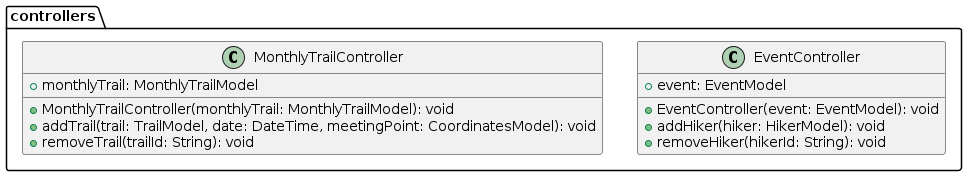
tiagors09/pe_na_pedra keeps this PlantUML diagram as docs/diagrams/out/class_diagrams/pe_na_pedra_class_diagram_3.png. Above is the earlier version.
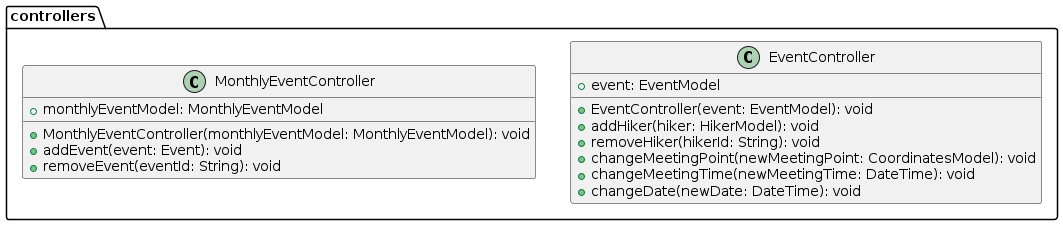
Above is the later version.

Commit message:
docs: :memo: export diagram to png

Change to the diagram source:
```diff
@@ -5,13 +5,16 @@
     + EventController(event: EventModel): void
     + addHiker(hiker: HikerModel): void
     + removeHiker(hikerId: String): void
+    + changeMeetingPoint(newMeetingPoint: CoordinatesModel): void
+    + changeMeetingTime(newMeetingTime: DateTime): void
+    + changeDate(newDate: DateTime): void
   }
 
-  class MonthlyTrailController{
-    + monthlyTrail: MonthlyTrailModel
-    + MonthlyTrailController(monthlyTrail: MonthlyTrailModel): void
-    + addTrail(trail: TrailModel, date: DateTime, meetingPoint: CoordinatesModel): void
-    + removeTrail(trailId: String): void
+  class MonthlyEventController{
+    + monthlyEventModel: MonthlyEventModel
+    + MonthlyEventController(monthlyEventModel: MonthlyEventModel): void
+    + addEvent(event: Event): void
+    + removeEvent(eventId: String): void
   }
 }
 @enduml
```
